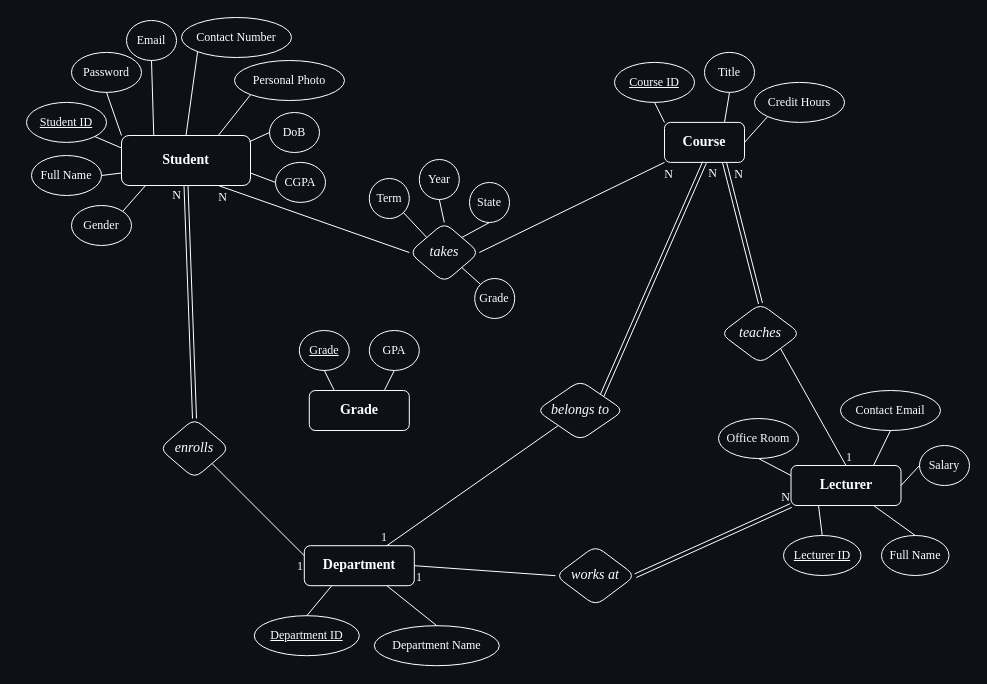
The draw.io diagram Database/database-design-ERD.drawio in mennamamdouh/University-Data-Management-System, before the edit. Source tidied: cells renumbered, new cells numbered last; positions are measured from the earlier drawing's top-left corner, leaving out a move shared by most shapes. Both pictures are drawn from the tidied source at 100%, with x=0, y=0 at pixel (26, 17).
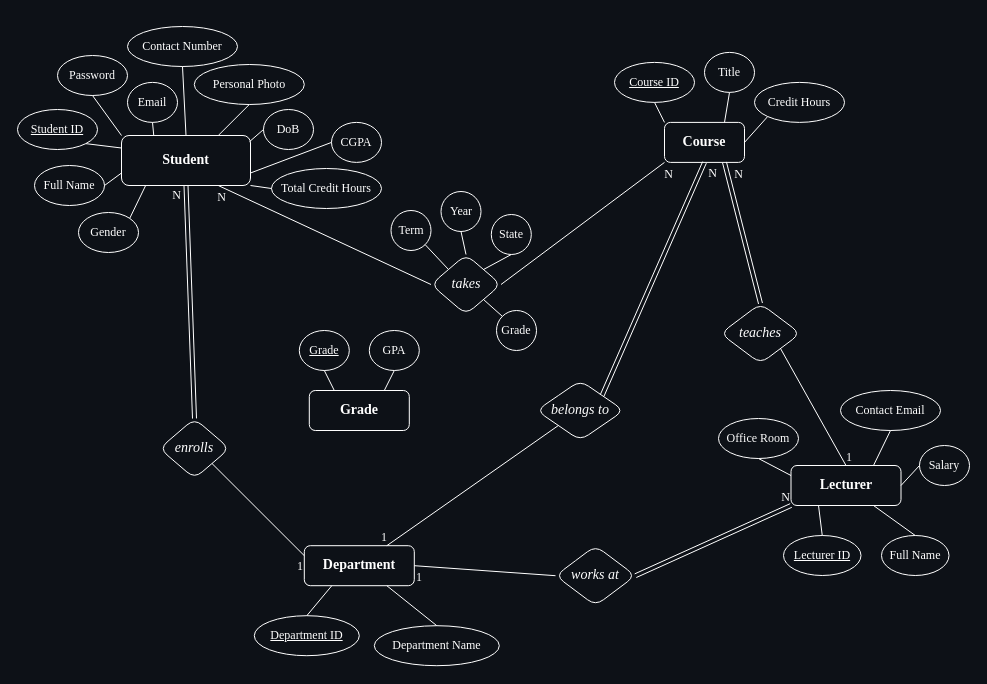
After the change.

Commit message (it also covers changes not shown here):
updated the ER diagram after changing in the database, fixes #1

The change refers to these unchanged cells:
```xml
<mxCell id="2" value="&lt;font style=&quot;font-size: 14px;&quot;&gt;&lt;b&gt;Student&lt;/b&gt;&lt;/font&gt;" style="whiteSpace=wrap;html=1;align=center;labelBackgroundColor=none;fontFamily=Times New Roman;rounded=1;fontColor=#ffffff;fillColor=#0d1117;strokeColor=#FFFFFF;" parent="1" vertex="1">
  <mxGeometry x="95" y="118" width="129" height="50" as="geometry" />
</mxCell>
```

Change to the diagram source:
```diff
@@
     <mxCell id="3" value="Student ID" style="ellipse;whiteSpace=wrap;html=1;align=center;fontStyle=4;labelBackgroundColor=none;fontFamily=Times New Roman;rounded=1;fontColor=#ffffff;fillColor=#0d1117;strokeColor=#FFFFFF;" parent="1" vertex="1">
-      <mxGeometry y="84.9" width="80" height="40" as="geometry" />
+      <mxGeometry x="-9" y="92" width="80" height="40" as="geometry" />
     </mxCell>
     <mxCell id="4" value="Full Name" style="ellipse;whiteSpace=wrap;html=1;align=center;labelBackgroundColor=none;fontFamily=Times New Roman;rounded=1;fontColor=#ffffff;fillColor=#0d1117;strokeColor=#FFFFFF;" parent="1" vertex="1">
-      <mxGeometry x="5" y="138" width="70" height="40" as="geometry" />
+      <mxGeometry x="8" y="148" width="70" height="40" as="geometry" />
     </mxCell>
     <mxCell id="5" value="Email" style="ellipse;whiteSpace=wrap;html=1;align=center;labelBackgroundColor=none;fontFamily=Times New Roman;rounded=1;fontColor=#ffffff;fillColor=#0d1117;strokeColor=#FFFFFF;" parent="1" vertex="1">
-      <mxGeometry x="100" y="3" width="50" height="40" as="geometry" />
+      <mxGeometry x="101" y="64.9" width="50" height="40" as="geometry" />
     </mxCell>
     <mxCell id="6" value="Password" style="ellipse;whiteSpace=wrap;html=1;align=center;labelBackgroundColor=none;fontFamily=Times New Roman;rounded=1;fontColor=#ffffff;fillColor=#0d1117;strokeColor=#FFFFFF;" parent="1" vertex="1">
-      <mxGeometry x="45" y="34.9" width="70" height="40" as="geometry" />
+      <mxGeometry x="31" y="38" width="70" height="40" as="geometry" />
     </mxCell>
     <mxCell id="7" value="DoB" style="ellipse;whiteSpace=wrap;html=1;align=center;labelBackgroundColor=none;fontFamily=Times New Roman;rounded=1;fontColor=#ffffff;fillColor=#0d1117;strokeColor=#FFFFFF;" parent="1" vertex="1">
-      <mxGeometry x="243" y="95" width="50" height="40" as="geometry" />
+      <mxGeometry x="237" y="92" width="50" height="40" as="geometry" />
     </mxCell>
     <mxCell id="8" value="Gender" style="ellipse;whiteSpace=wrap;html=1;align=center;labelBackgroundColor=none;fontFamily=Times New Roman;rounded=1;fontColor=#ffffff;fillColor=#0d1117;strokeColor=#FFFFFF;" parent="1" vertex="1">
-      <mxGeometry x="45" y="188" width="60" height="40" as="geometry" />
+      <mxGeometry x="52" y="195" width="60" height="40" as="geometry" />
     </mxCell>
     <mxCell id="9" value="Contact Number" style="ellipse;whiteSpace=wrap;html=1;align=center;labelBackgroundColor=none;fontFamily=Times New Roman;rounded=1;fontColor=#ffffff;fillColor=#0d1117;strokeColor=#ffffff;" parent="1" vertex="1">
-      <mxGeometry x="155" width="110" height="40" as="geometry" />
+      <mxGeometry x="101" y="9" width="110" height="40" as="geometry" />
     </mxCell>
@@
-    <mxCell id="13" style="endArrow=none;html=1;rounded=1;exitX=0;exitY=1;exitDx=0;exitDy=0;entryX=0.5;entryY=0;entryDx=0;entryDy=0;labelBackgroundColor=none;fontColor=#ffffff;fontFamily=Times New Roman;strokeColor=#ffffff;" parent="1" edge="1" source="9" target="2">
+    <mxCell id="13" style="endArrow=none;html=1;rounded=1;exitX=0.5;exitY=1;exitDx=0;exitDy=0;entryX=0.5;entryY=0;entryDx=0;entryDy=0;labelBackgroundColor=none;fontColor=#ffffff;fontFamily=Times New Roman;strokeColor=#ffffff;" parent="1" edge="1" source="9" target="2">
       <mxGeometry relative="1" as="geometry" />
     </mxCell>
@@
     <mxCell id="44" value="&lt;i&gt;&lt;font style=&quot;font-size: 14px;&quot;&gt;takes&lt;/font&gt;&lt;/i&gt;" style="shape=rhombus;perimeter=rhombusPerimeter;whiteSpace=wrap;html=1;align=center;labelBackgroundColor=none;fontFamily=Times New Roman;rounded=1;fontColor=#ffffff;fillColor=#0d1117;strokeColor=#FFFFFF;" parent="1" vertex="1">
-      <mxGeometry x="382.8" y="205" width="70" height="60" as="geometry" />
+      <mxGeometry x="404.5" y="237" width="70" height="60" as="geometry" />
     </mxCell>
@@
     <mxCell id="49" value="Term" style="ellipse;whiteSpace=wrap;html=1;align=center;labelBackgroundColor=none;fontFamily=Times New Roman;rounded=1;fontColor=#ffffff;fillColor=#0d1117;strokeColor=#FFFFFF;" parent="1" vertex="1">
-      <mxGeometry x="342.8" y="161" width="40" height="40" as="geometry" />
+      <mxGeometry x="364.5" y="193" width="40" height="40" as="geometry" />
     </mxCell>
@@
     <mxCell id="51" value="State" style="ellipse;whiteSpace=wrap;html=1;align=center;labelBackgroundColor=none;fontFamily=Times New Roman;rounded=1;fontColor=#ffffff;fillColor=#0d1117;strokeColor=#FFFFFF;" parent="1" vertex="1">
-      <mxGeometry x="443" y="165" width="40" height="40" as="geometry" />
+      <mxGeometry x="464.8" y="197" width="40" height="40" as="geometry" />
     </mxCell>
@@
     <mxCell id="70" value="Grade" style="ellipse;whiteSpace=wrap;html=1;align=center;labelBackgroundColor=none;fontFamily=Times New Roman;rounded=1;fontColor=#ffffff;fillColor=#0d1117;strokeColor=#FFFFFF;" parent="1" vertex="1">
-      <mxGeometry x="448.2" y="261" width="40" height="40" as="geometry" />
+      <mxGeometry x="470" y="293" width="40" height="40" as="geometry" />
     </mxCell>
@@
     <mxCell id="76" value="Personal Photo" style="ellipse;whiteSpace=wrap;html=1;align=center;labelBackgroundColor=none;fontFamily=Times New Roman;rounded=1;fontColor=#ffffff;fillColor=#0d1117;strokeColor=#ffffff;" parent="1" vertex="1">
-      <mxGeometry x="208" y="43" width="110" height="40" as="geometry" />
+      <mxGeometry x="167.8" y="47" width="110" height="40" as="geometry" />
     </mxCell>
-    <mxCell id="77" style="endArrow=none;html=1;rounded=1;exitX=0;exitY=1;exitDx=0;exitDy=0;entryX=0.75;entryY=0;entryDx=0;entryDy=0;labelBackgroundColor=none;fontColor=#ffffff;fontFamily=Times New Roman;strokeColor=#ffffff;" parent="1" edge="1" source="76" target="2">
+    <mxCell id="77" style="endArrow=none;html=1;rounded=1;exitX=0.5;exitY=1;exitDx=0;exitDy=0;entryX=0.75;entryY=0;entryDx=0;entryDy=0;labelBackgroundColor=none;fontColor=#ffffff;fontFamily=Times New Roman;strokeColor=#ffffff;" parent="1" edge="1" source="76" target="2">
       <mxGeometry relative="1" as="geometry" />
     </mxCell>
     <mxCell id="78" value="Year" style="ellipse;whiteSpace=wrap;html=1;align=center;labelBackgroundColor=none;fontFamily=Times New Roman;rounded=1;fontColor=#ffffff;fillColor=#0d1117;strokeColor=#FFFFFF;" parent="1" vertex="1">
-      <mxGeometry x="392.8" y="142" width="40" height="40" as="geometry" />
+      <mxGeometry x="414.5" y="174" width="40" height="40" as="geometry" />
     </mxCell>
@@
     <mxCell id="80" value="CGPA" style="ellipse;whiteSpace=wrap;html=1;align=center;labelBackgroundColor=none;fontFamily=Times New Roman;rounded=1;fontColor=#ffffff;fillColor=#0d1117;strokeColor=#FFFFFF;" parent="1" vertex="1">
-      <mxGeometry x="249" y="144.9" width="50" height="40" as="geometry" />
+      <mxGeometry x="305" y="104.9" width="50" height="40" as="geometry" />
     </mxCell>
@@
+    <mxCell id="82" value="Total Credit Hours" style="ellipse;whiteSpace=wrap;html=1;align=center;labelBackgroundColor=none;fontFamily=Times New Roman;rounded=1;fontColor=#ffffff;fillColor=#0d1117;strokeColor=#ffffff;" parent="1" vertex="1">
+      <mxGeometry x="245" y="151" width="110" height="40" as="geometry" />
+    </mxCell>
+    <mxCell id="83" style="endArrow=none;html=1;rounded=1;exitX=0;exitY=0.5;exitDx=0;exitDy=0;entryX=1;entryY=1;entryDx=0;entryDy=0;labelBackgroundColor=none;fontColor=#ffffff;fontFamily=Times New Roman;strokeColor=#ffffff;" parent="1" edge="1" source="82" target="2">
+      <mxGeometry relative="1" as="geometry" />
+    </mxCell>
```
